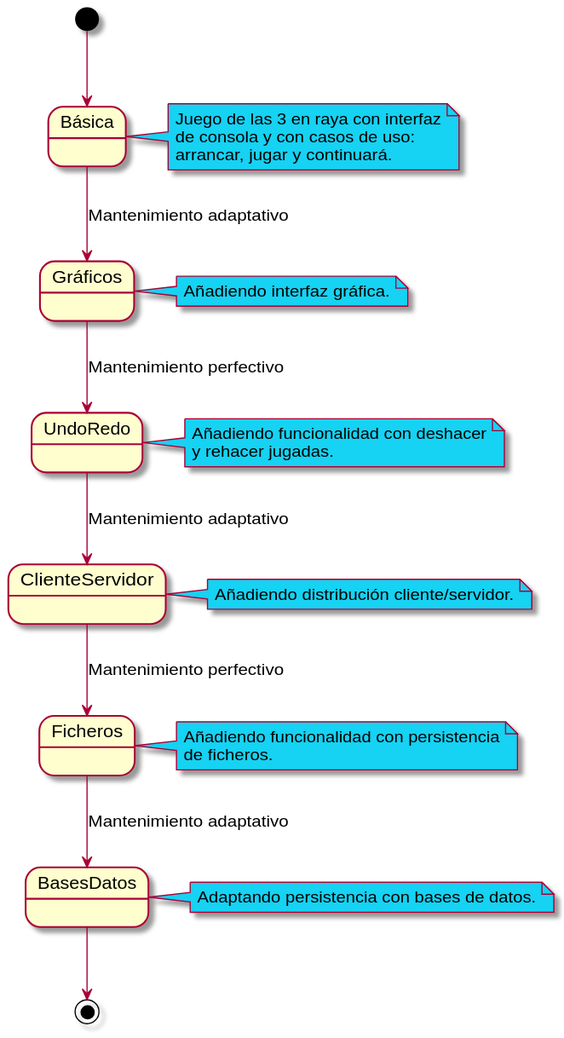
Above: docs/diagrams/out/version/versiones.svg in EscuelaIt/tictactoe-master-desarrollo-requirements (PlantUML), before the change.
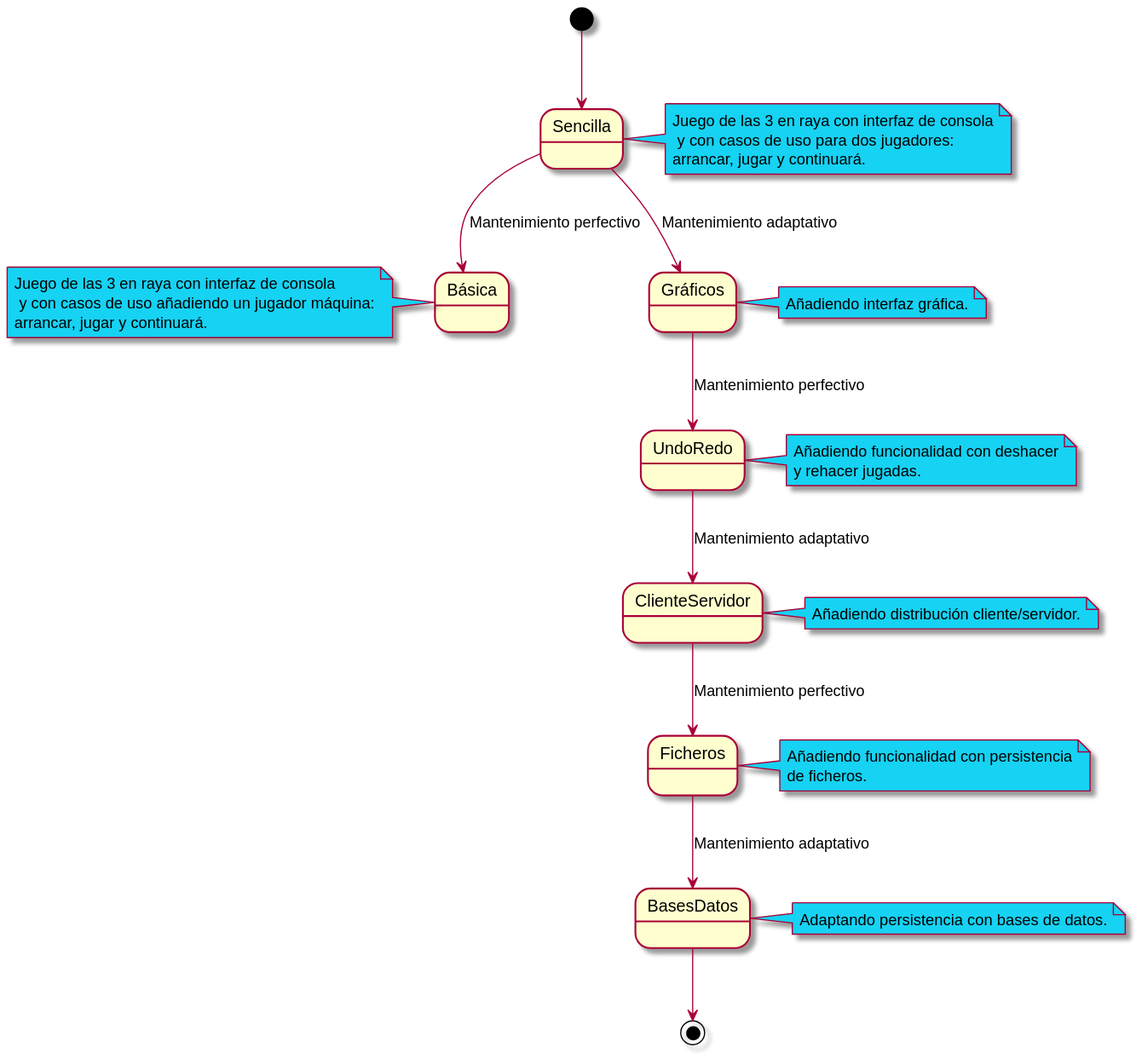
Above is the later version.

What changed in the source:
```diff
@@ -1,4 +1,5 @@
-@startuml
+@startuml version
+
 state Básica
 state Gráficos
 state UndoRedo
@@ -6,19 +7,24 @@
 State Ficheros
 State BasesDatos
 
-[*] --> Básica
-Básica --> Gráficos:Mantenimiento adaptativo
+[*] --> Sencilla
+Sencilla --> Básica :Mantenimiento perfectivo
+Sencilla --> Gráficos:Mantenimiento adaptativo
 Gráficos --> UndoRedo:Mantenimiento perfectivo
 UndoRedo --> ClienteServidor:Mantenimiento adaptativo
 ClienteServidor --> Ficheros:Mantenimiento perfectivo
 Ficheros --> BasesDatos:Mantenimiento adaptativo
 BasesDatos --> [*]
 
+note right of Sencilla #15D2F3
+  Juego de las 3 en raya con interfaz de consola
+   y con casos de uso para dos jugadores:
+  arrancar, jugar y continuará.
+end note
 
-
-note right of Básica #15D2F3
-  Juego de las 3 en raya con interfaz
-  de consola y con casos de uso:
+note left of Básica #15D2F3
+  Juego de las 3 en raya con interfaz de consola
+   y con casos de uso añadiendo un jugador máquina:
   arrancar, jugar y continuará.
 end note
 
@@ -43,4 +49,6 @@
 note right of BasesDatos #15D2F3
   Adaptando persistencia con bases de datos.
 end note
+
+
 @enduml
```
